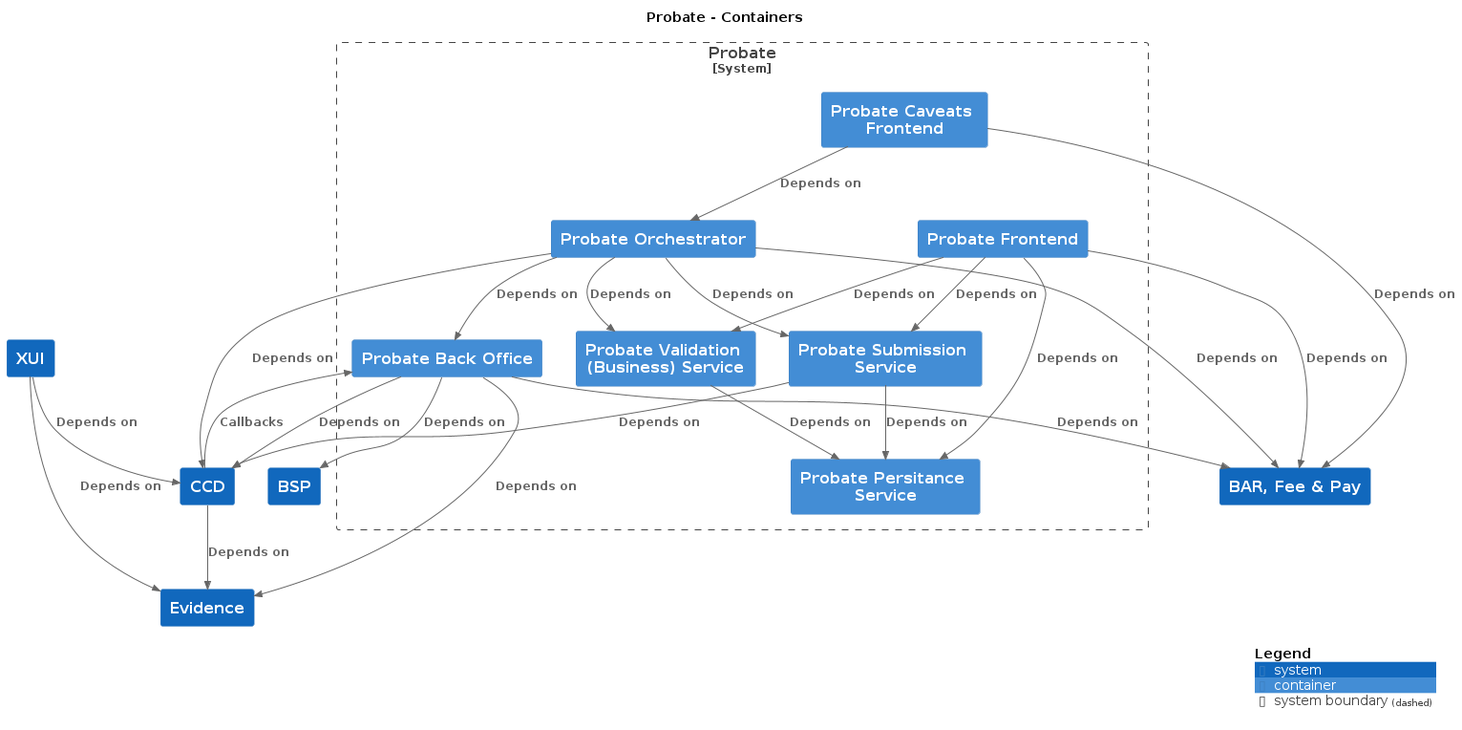
hmcts/cnp-api-docs keeps this PlantUML diagram as docs/c4/probate/images/structurizr-probate-overview.png. Above is the earlier version.
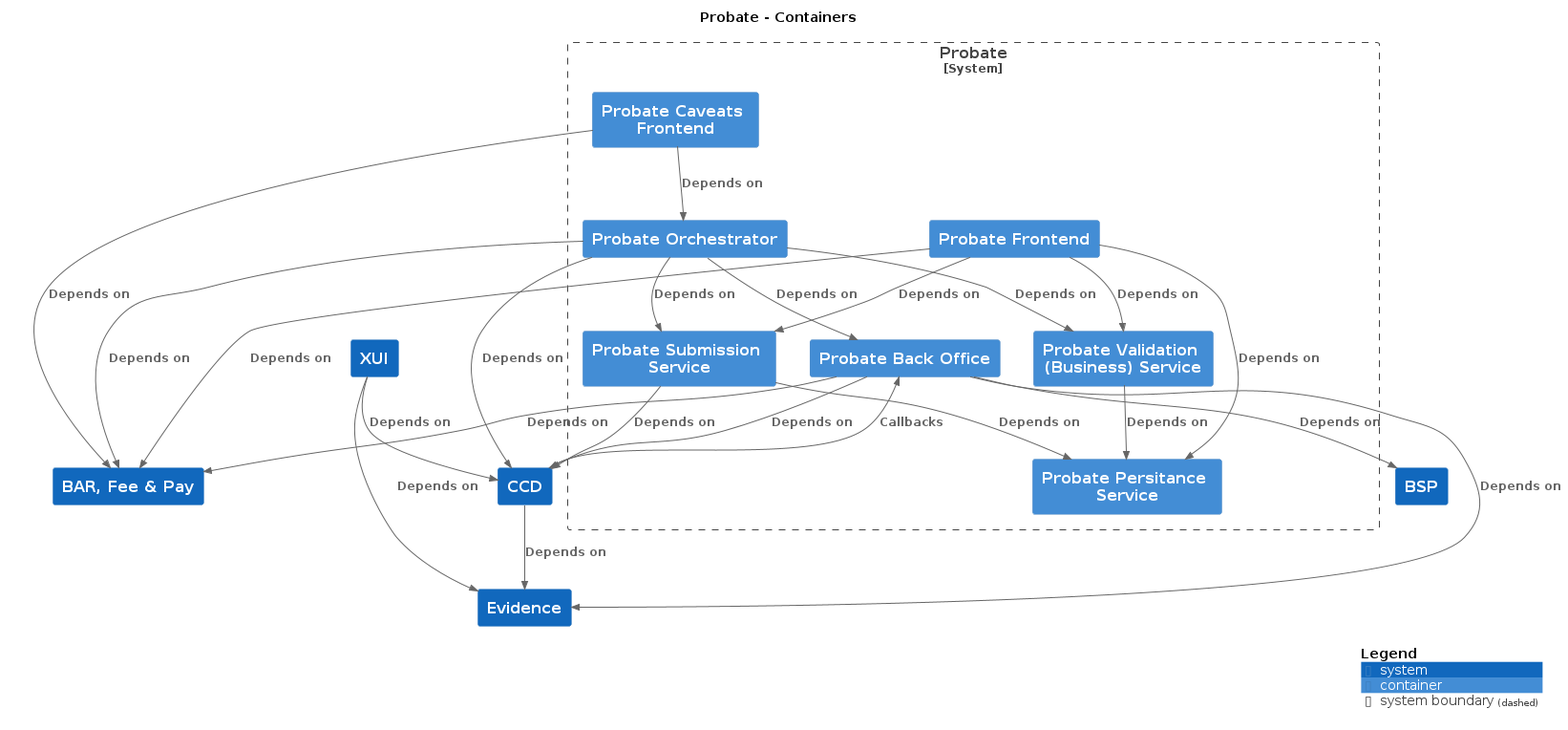
The same file after the commit.

Change to the diagram source:
```diff
@@ -7,8 +7,8 @@
 !include https://raw.githubusercontent.com/plantuml-stdlib/C4-PlantUML/master/C4_Context.puml
 !include https://raw.githubusercontent.com/plantuml-stdlib/C4-PlantUML/master/C4_Container.puml
 
+System(BSP, "BSP", "", $tags="")
 System(CCD, "CCD", "", $tags="")
-System(BSP, "BSP", "", $tags="")
 System(BARFeePay, "BAR, Fee & Pay", "", $tags="")
 System(Evidence, "Evidence", "", $tags="")
 System(XUI, "XUI", "", $tags="")
```
